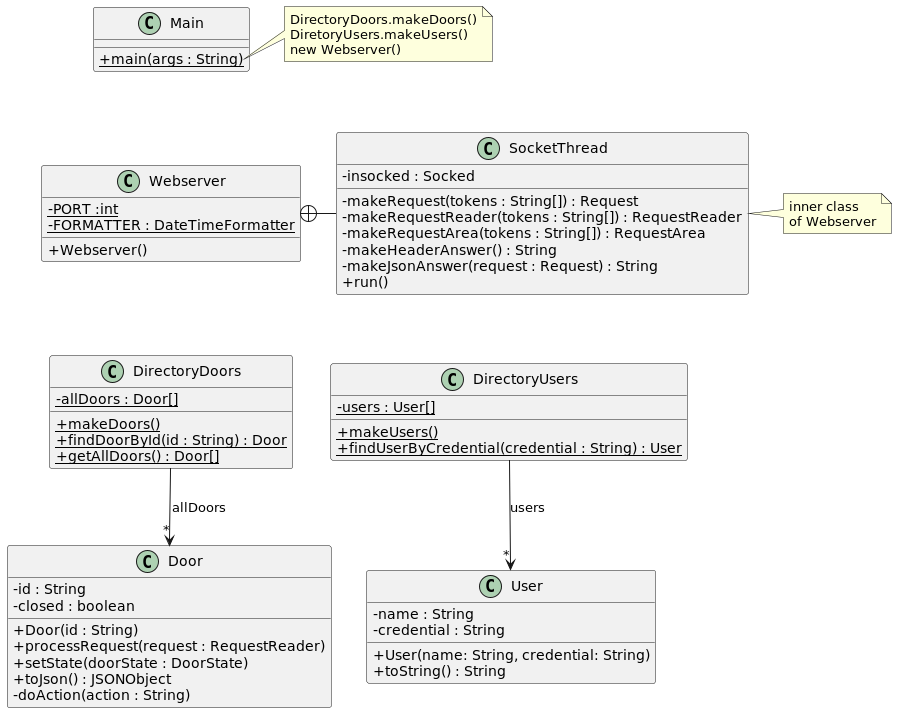
Before: Practica/src/baseNoStates/uml/base_no_states.png, a diagram exported from PlantUML (polvilageliu/acs). Source of this version:
```plantuml
@startuml
skinparam classAttributeIconSize 0

class Webserver {
- {static} PORT :int
- {static} FORMATTER : DateTimeFormatter
+ Webserver()
}

class SocketThread {
- insocked : Socked
- makeRequest(tokens : String[]) : Request
- makeRequestReader(tokens : String[]) : RequestReader
- makeRequestArea(tokens : String[]) : RequestArea
- makeHeaderAnswer() : String
- makeJsonAnswer(request : Request) : String
+ run()
}

Webserver +-right- SocketThread

note right of SocketThread
inner class
of Webserver
end note

class DirectoryDoors {
- {static} allDoors : Door[]
+ {static} makeDoors()
+ {static} findDoorById(id : String) : Door
+ {static} getAllDoors() : Door[]
}

DirectoryDoors --> "*" Door : "allDoors"

class DirectoryUsers {
- {static} users : User[]
+ {static} makeUsers()
+ {static} findUserByCredential(credential : String) : User
}

DirectoryUsers --> "*" User : "users"

class Door {
- id : String
- closed : boolean
+ Door(id : String)
+ processRequest(request : RequestReader)
+ setState(doorState : DoorState)
+ toJson() : JSONObject
- doAction(action : String)
}


class User {
- name : String
- credential : String
+ User(name: String, credential: String)
+ toString() : String
}


class Main {
+ {static} main(args : String)
}

note right of Main::main
DirectoryDoors.makeDoors()
DiretoryUsers.makeUsers()
new Webserver()
end note

Main -[hidden]down- Webserver
Webserver -[hidden]down- DirectoryDoors
DirectoryDoors -[hidden]right- DirectoryUsers
@enduml
```
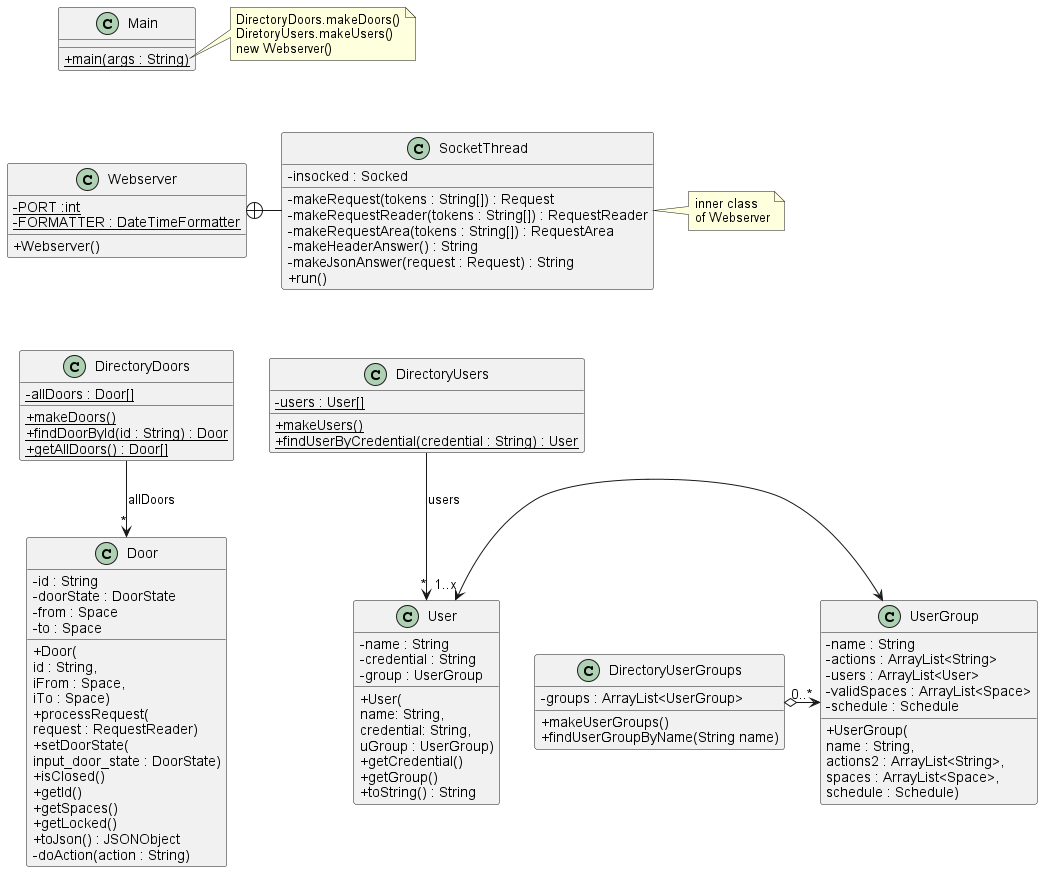
After the commit.

Change to the diagram source:
```diff
@@ -43,10 +43,18 @@
 
 class Door {
 - id : String
-- closed : boolean
-+ Door(id : String)
-+ processRequest(request : RequestReader)
-+ setState(doorState : DoorState)
+- doorState : DoorState
+- from : Space
+- to : Space
++ Door(\nid : String, \niFrom : Space, \niTo : Space)
++ processRequest(
+request : RequestReader)
++ setDoorState(
+input_door_state : DoorState)
++ isClosed()
++ getId()
++ getSpaces()
++ getLocked()
 + toJson() : JSONObject
 - doAction(action : String)
 }
@@ -55,8 +63,26 @@
 class User {
 - name : String
 - credential : String
-+ User(name: String, credential: String)
+- group : UserGroup
++ User(\nname: String, \ncredential: String, \nuGroup : UserGroup)
++ getCredential()
++ getGroup()
 + toString() : String
+}
+
+class DirectoryUserGroups {
+- groups : ArrayList<UserGroup>
++ makeUserGroups()
++ findUserGroupByName(String name)
+}
+
+class UserGroup {
+- name : String
+- actions : ArrayList<String>
+- users : ArrayList<User>
+- validSpaces : ArrayList<Space>
+- schedule : Schedule
++ UserGroup(\nname : String, \nactions2 : ArrayList<String>, \nspaces : ArrayList<Space>, \nschedule : Schedule)
 }
 
 
@@ -71,6 +97,8 @@
 end note
 
 Main -[hidden]down- Webserver
+DirectoryUserGroups o-> "0..*" UserGroup
+UserGroup <-left> "1..x" User
 Webserver -[hidden]down- DirectoryDoors
 DirectoryDoors -[hidden]right- DirectoryUsers
 @enduml
```
